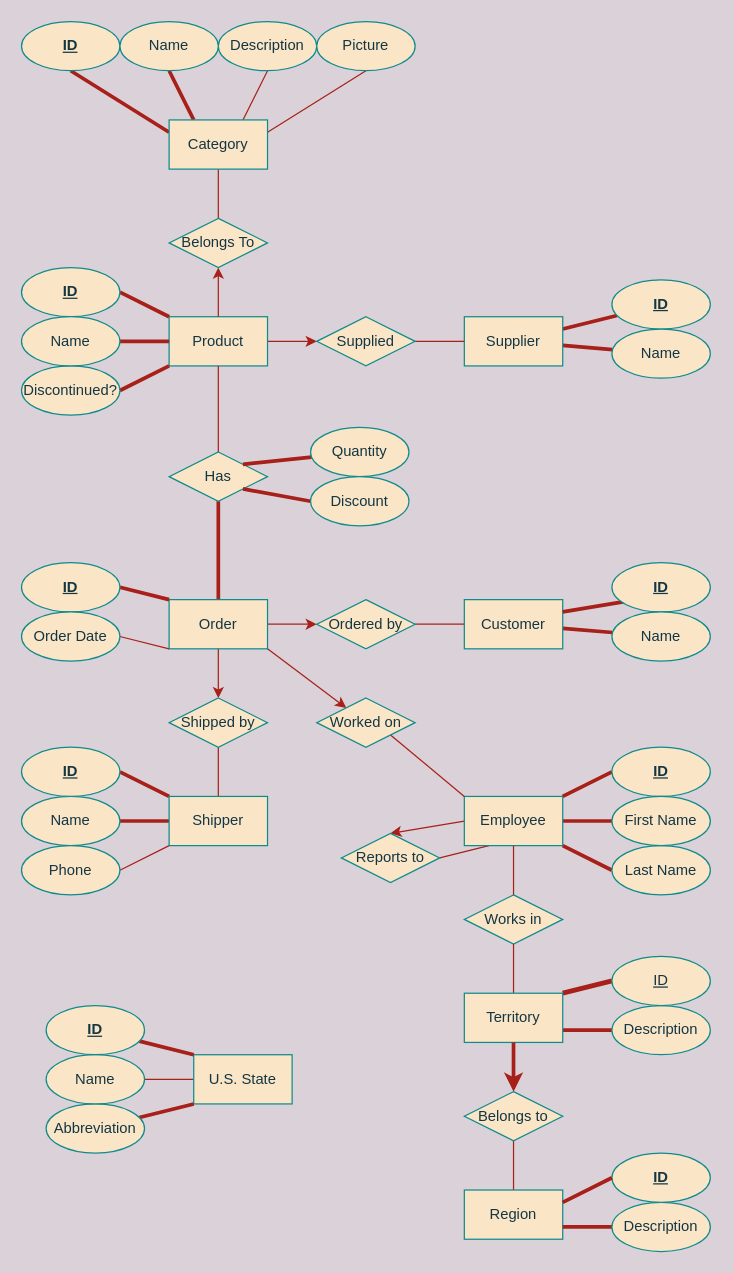
Before: week1/workshop/part1_template.drawio in AmandaShuman/SQLpython, a draw.io diagram. Source tidied: cells renumbered, new cells numbered last; positions are measured from the earlier drawing's top-left corner, leaving out a move shared by most shapes. Both pictures are drawn from the tidied source at 123%, with x=0, y=0 at pixel (21, 21).
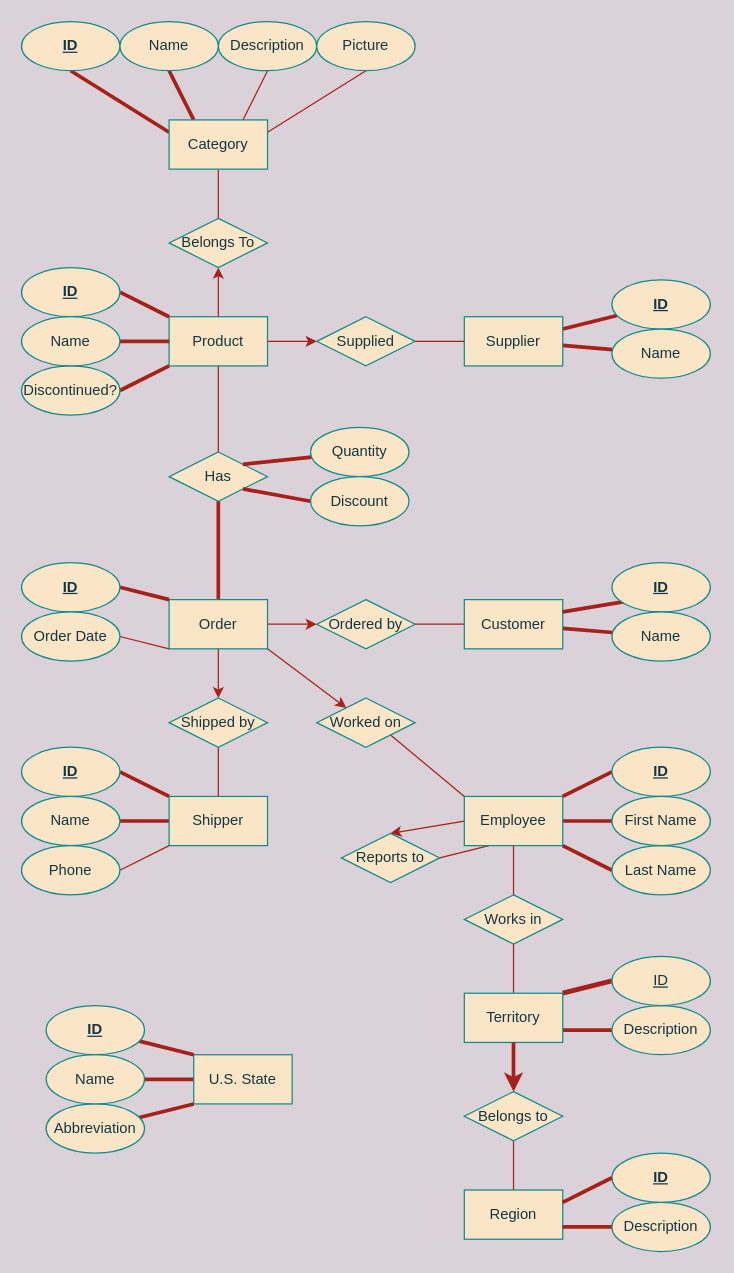
The same diagram, later.

Commit message (it also covers changes not shown here):
instructor feedback - small int btwn 0 and 1

The change refers to these unchanged cells:
```xml
<mxCell id="62" value="U.S. State" style="rounded=0;whiteSpace=wrap;html=1;fillColor=#FAE5C7;strokeColor=#0F8B8D;fontColor=#143642;" parent="1" vertex="1">
  <mxGeometry x="140" y="840" width="80" height="40" as="geometry" />
</mxCell>
<mxCell id="77" value="Name" style="ellipse;whiteSpace=wrap;html=1;fillColor=#FAE5C7;strokeColor=#0F8B8D;fontColor=#143642;" parent="1" vertex="1">
  <mxGeometry x="20" y="840" width="80" height="40" as="geometry" />
</mxCell>
```

The edit, as a diff of the source:
```diff
@@
-    <mxCell id="52" style="edgeStyle=orthogonalEdgeStyle;rounded=0;jettySize=auto;html=1;endArrow=none;endFill=0;strokeWidth=1;labelBackgroundColor=#DAD2D8;strokeColor=#A8201A;fontColor=#143642;" parent="1" edge="1" source="77" target="62">
+    <mxCell id="52" style="edgeStyle=orthogonalEdgeStyle;rounded=0;jettySize=auto;html=1;endArrow=none;endFill=0;strokeWidth=3;labelBackgroundColor=#DAD2D8;strokeColor=#A8201A;fontColor=#143642;" parent="1" edge="1" source="77" target="62">
       <mxGeometry relative="1" as="geometry" />
     </mxCell>
```
